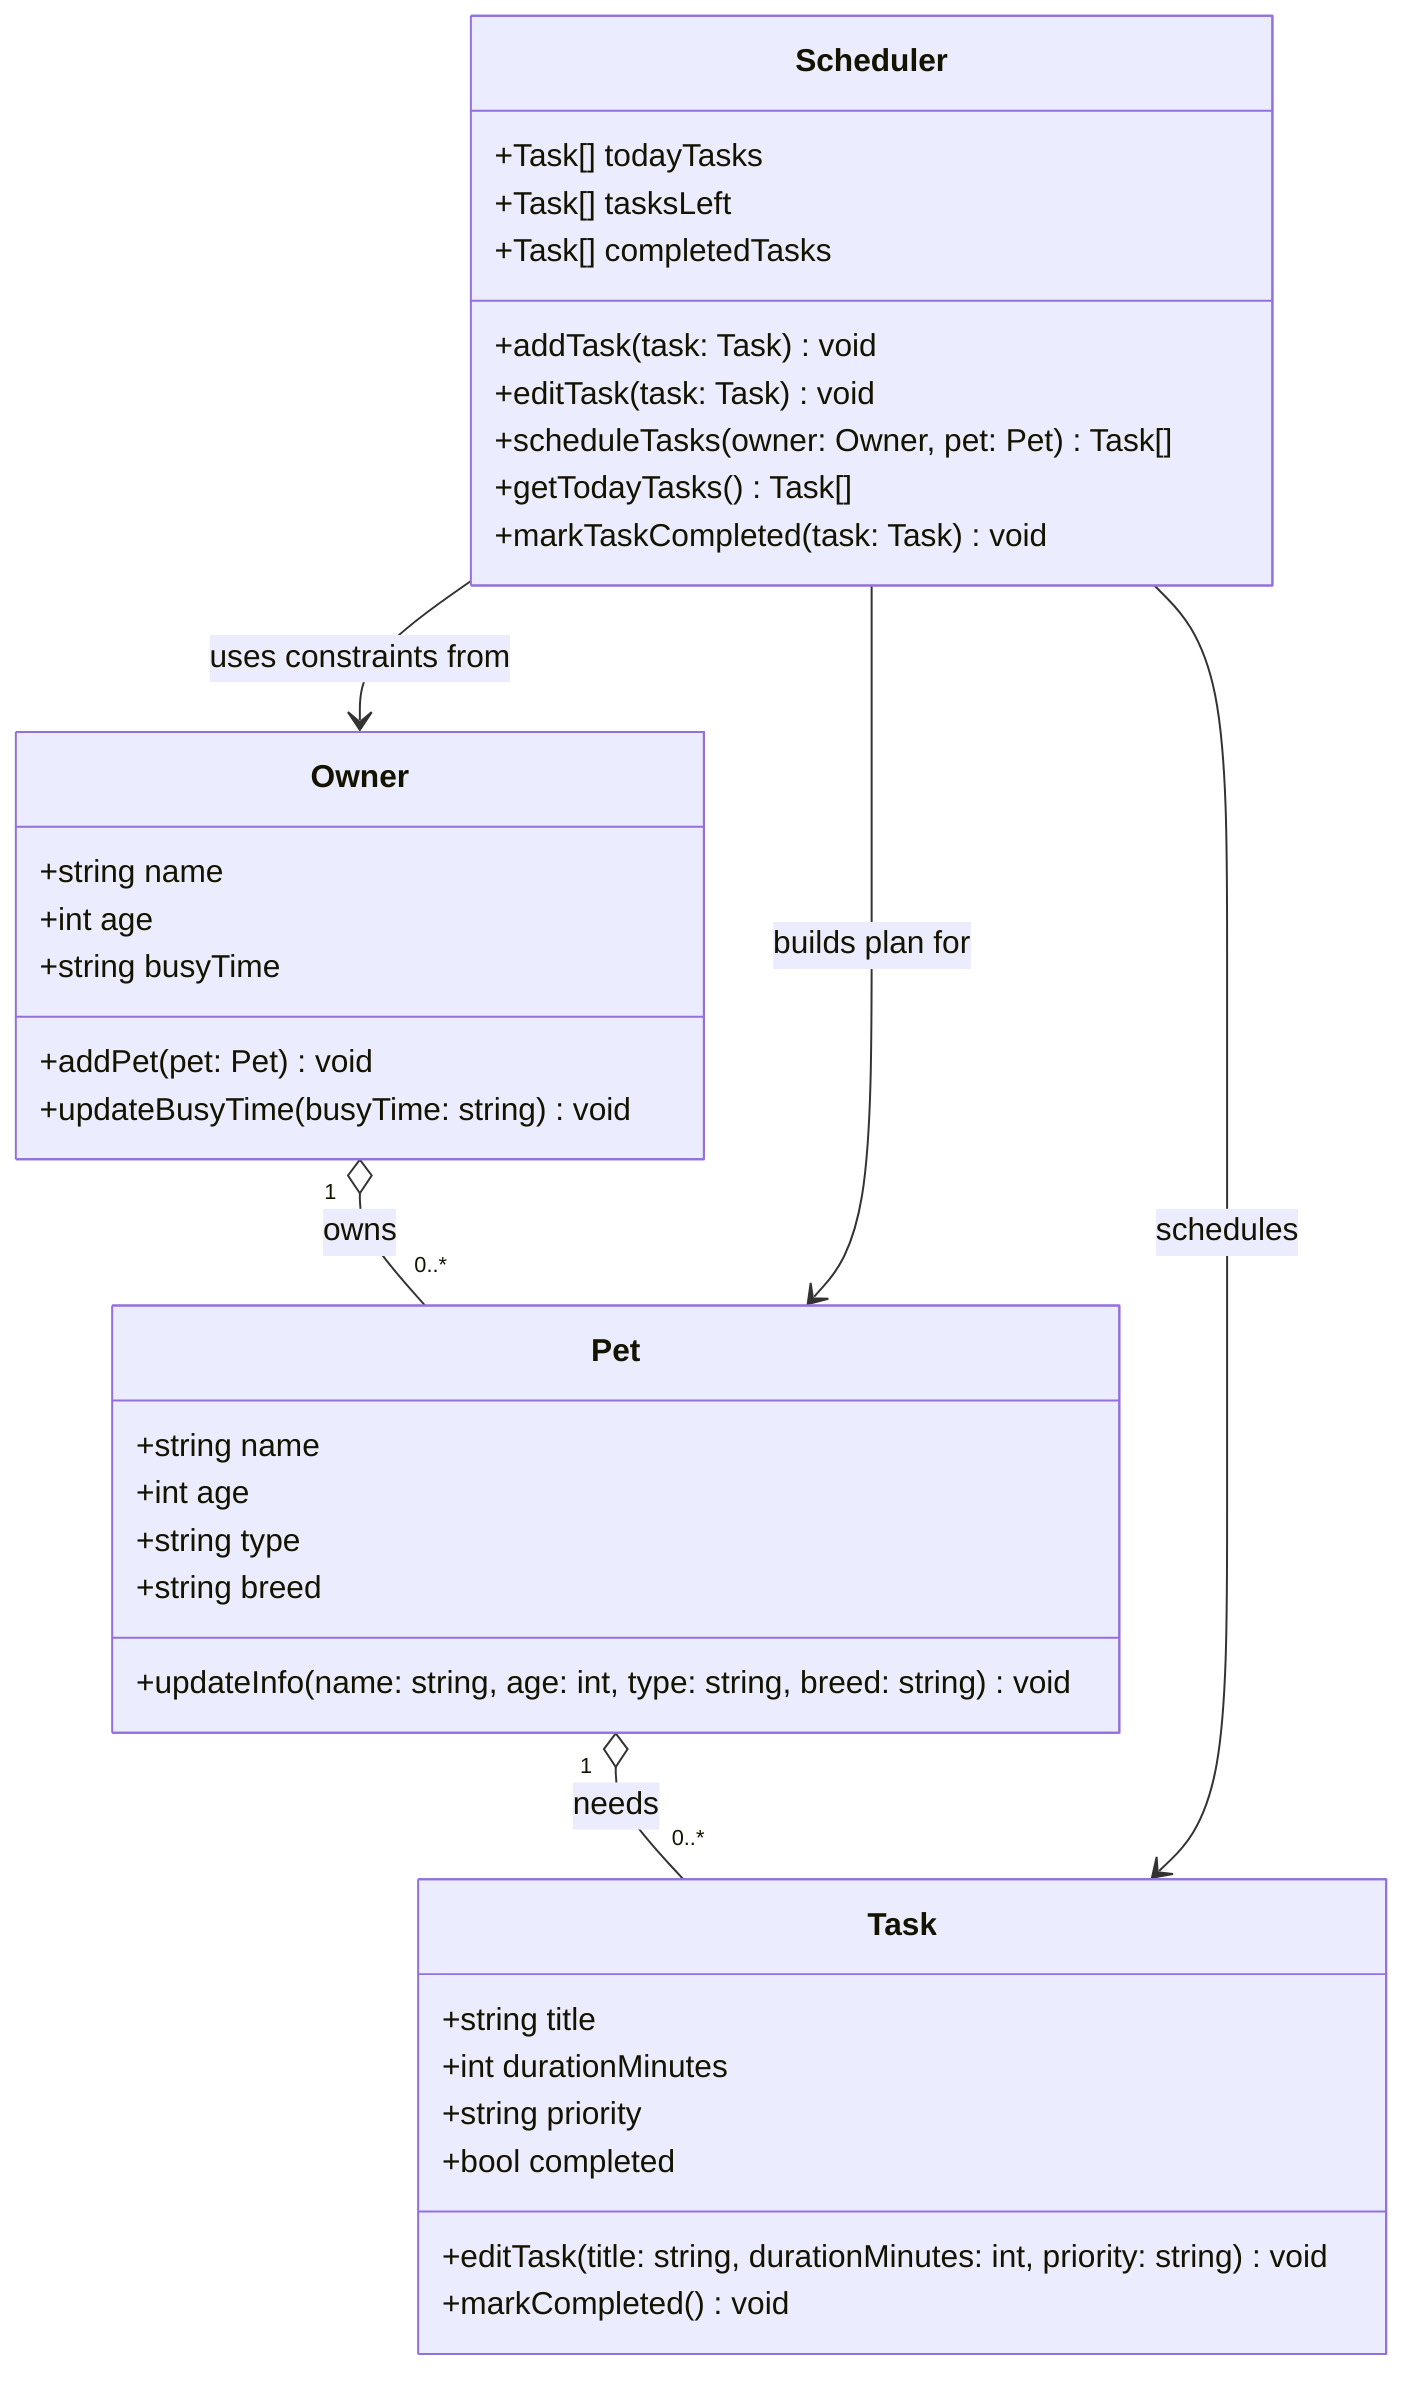
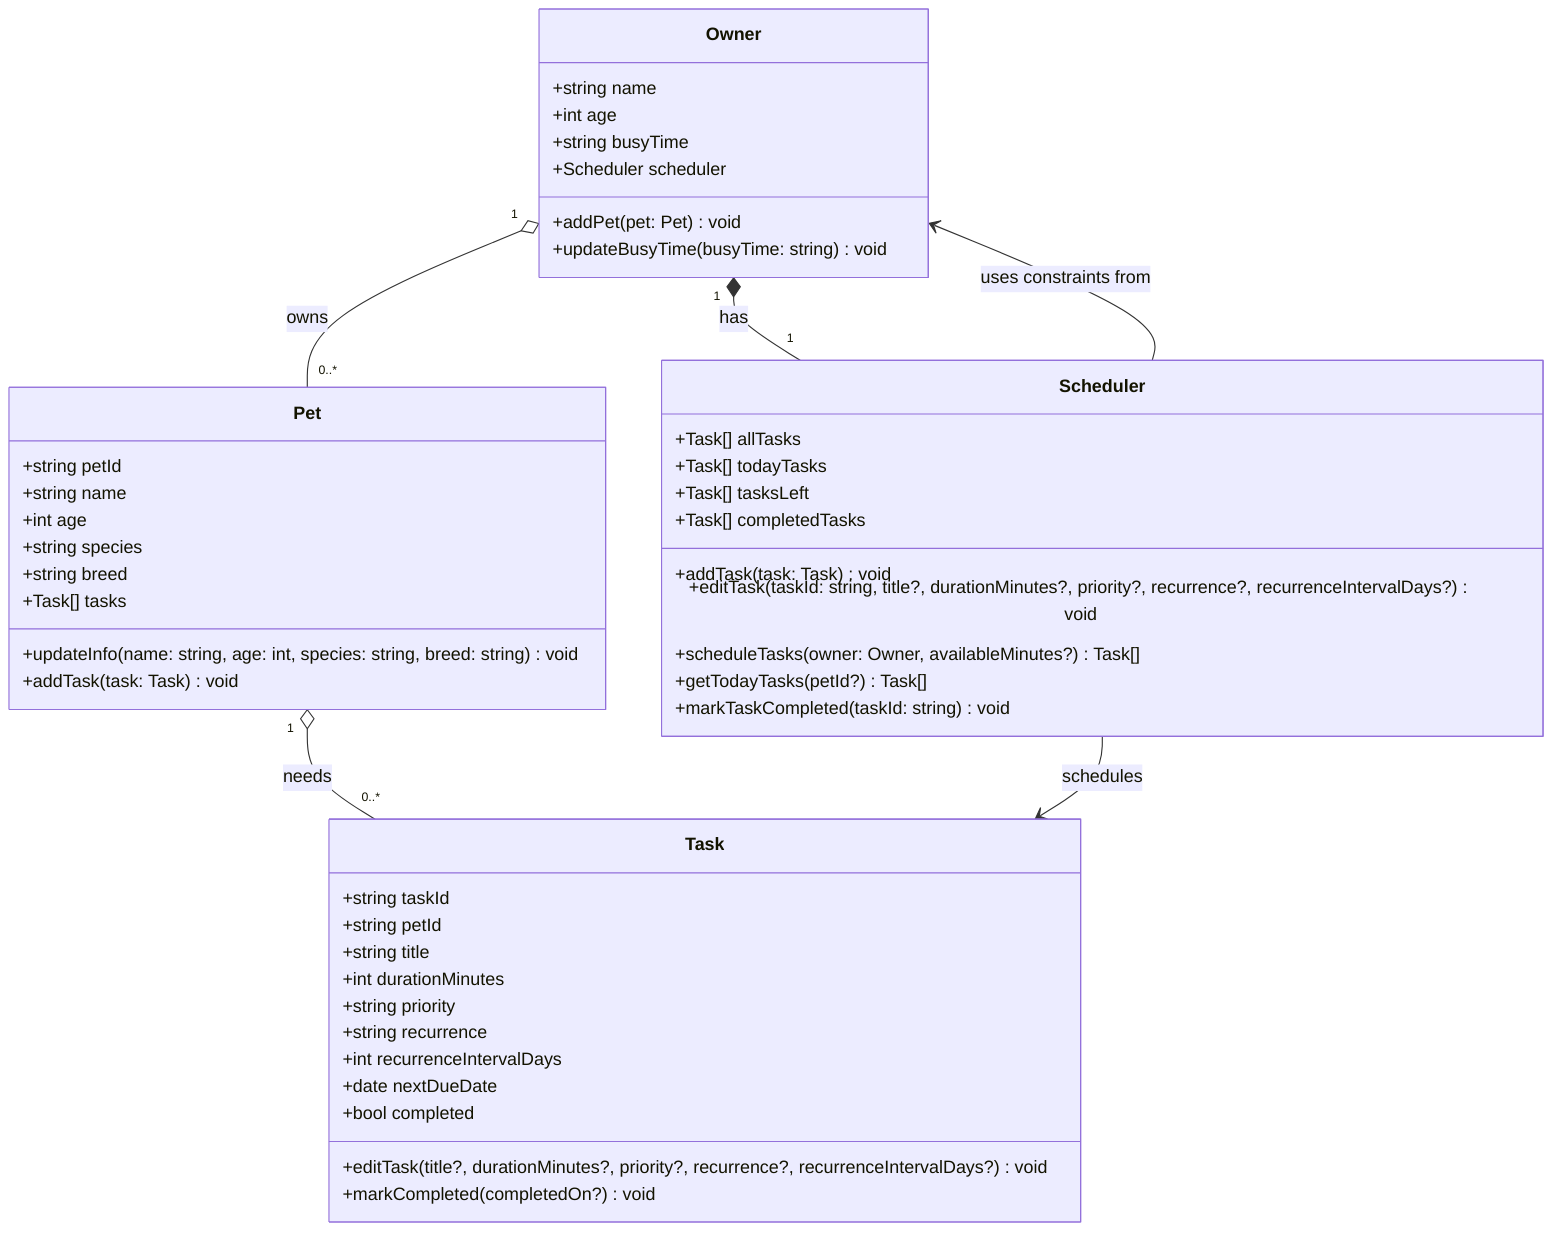
classDiagram
    class Owner {
        +string name
        +int age
        +string busyTime
+         +Scheduler scheduler
        +addPet(pet: Pet) void
        +updateBusyTime(busyTime: string) void
    }

    class Pet {
+         +string petId
        +string name
        +int age
-         +string type
+         +string species
        +string breed
-         +updateInfo(name: string, age: int, type: string, breed: string) void
+         +Task[] tasks
+         +updateInfo(name: string, age: int, species: string, breed: string) void
+         +addTask(task: Task) void
    }

    class Task {
+         +string taskId
+         +string petId
        +string title
        +int durationMinutes
        +string priority
+         +string recurrence
+         +int recurrenceIntervalDays
+         +date nextDueDate
        +bool completed
-         +editTask(title: string, durationMinutes: int, priority: string) void
-         +markCompleted() void
+         +editTask(title?, durationMinutes?, priority?, recurrence?, recurrenceIntervalDays?) void
+         +markCompleted(completedOn?) void
    }

    class Scheduler {
+         +Task[] allTasks
        +Task[] todayTasks
        +Task[] tasksLeft
        +Task[] completedTasks
        +addTask(task: Task) void
-         +editTask(task: Task) void
-         +scheduleTasks(owner: Owner, pet: Pet) Task[]
-         +getTodayTasks() Task[]
-         +markTaskCompleted(task: Task) void
+         +editTask(taskId: string, title?, durationMinutes?, priority?, recurrence?, recurrenceIntervalDays?) void
+         +scheduleTasks(owner: Owner, availableMinutes?) Task[]
+         +getTodayTasks(petId?) Task[]
+         +markTaskCompleted(taskId: string) void
    }

    Owner "1" o-- "0..*" Pet : owns
+     Owner "1" *-- "1" Scheduler : has
    Pet "1" o-- "0..*" Task : needs
    Scheduler --> Owner : uses constraints from
-     Scheduler --> Pet : builds plan for
    Scheduler --> Task : schedules
